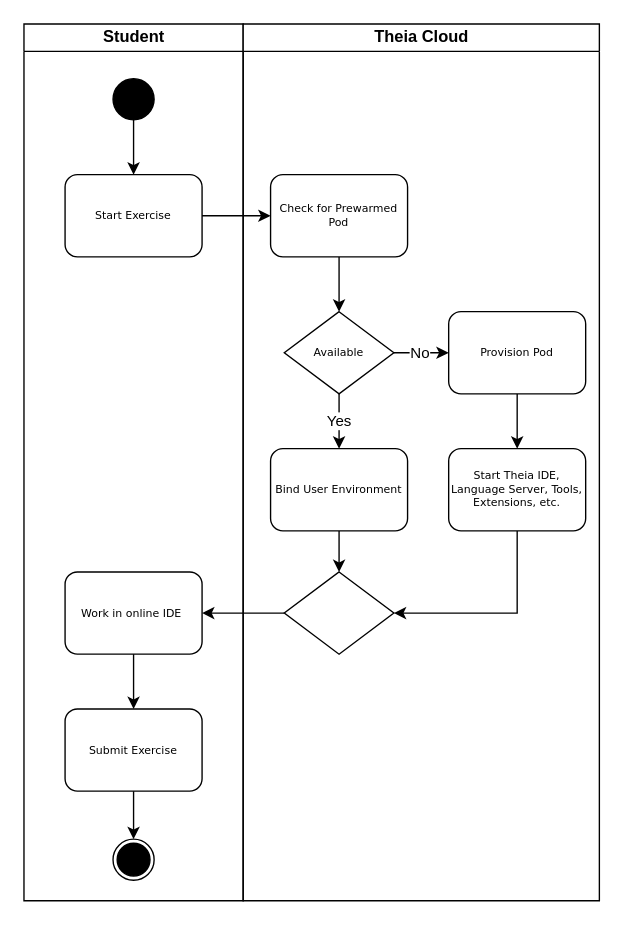
Above: figures/activity-diagram.drawio in lukaskratzel/ba (draw.io), before the change. Source tidied: cells renumbered, new cells numbered last; positions are measured from the earlier drawing's top-left corner, leaving out a move shared by most shapes. Both pictures are drawn from the tidied source at 137%, with x=0, y=0 at pixel (23, 23).
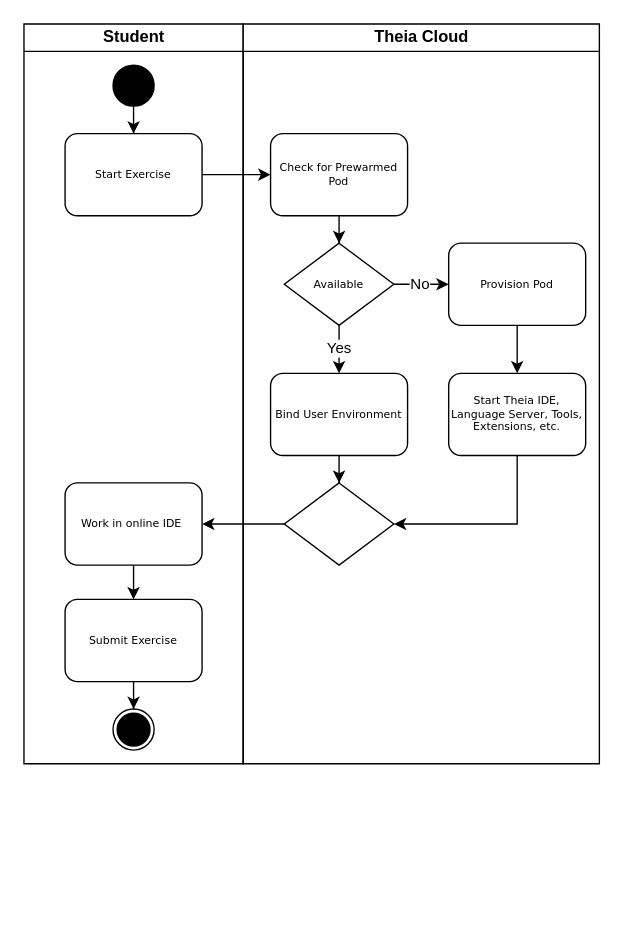
Above is the later version.

What changed in the source:
```diff
@@
     <mxCell id="2" value="Student" style="swimlane;html=1;startSize=20;" parent="1" vertex="1">
-      <mxGeometry width="160" height="640" as="geometry" />
+      <mxGeometry width="160" height="540" as="geometry" />
     </mxCell>
+    <mxCell id="28" style="edgeStyle=orthogonalEdgeStyle;rounded=0;orthogonalLoop=1;jettySize=auto;html=1;entryX=0.5;entryY=0;entryDx=0;entryDy=0;" parent="2" edge="1">
+      <mxGeometry relative="1" as="geometry">
+        <mxPoint x="80.1" y="520" as="sourcePoint" />
+      </mxGeometry>
+    </mxCell>
+    <mxCell id="9" style="edgeStyle=orthogonalEdgeStyle;rounded=0;orthogonalLoop=1;jettySize=auto;html=1;entryX=0.5;entryY=0;entryDx=0;entryDy=0;" parent="2" edge="1">
+      <mxGeometry relative="1" as="geometry">
+        <mxPoint x="80" y="110" as="targetPoint" />
+      </mxGeometry>
+    </mxCell>
+    <mxCell id="12" value="Theia Cloud" style="swimlane;html=1;startSize=20;" parent="1" vertex="1">
+      <mxGeometry x="160" width="260" height="540" as="geometry" />
+    </mxCell>
-    <mxCell id="3" value="Start Exercise" style="rounded=1;whiteSpace=wrap;html=1;shadow=0;labelBackgroundColor=none;strokeWidth=1;fontFamily=Verdana;fontSize=8;align=center;" parent="2" vertex="1">
-      <mxGeometry x="30" y="110" width="100" height="60" as="geometry" />
+    <mxCell id="3" value="Start Exercise" style="rounded=1;whiteSpace=wrap;html=1;shadow=0;labelBackgroundColor=none;strokeWidth=1;fontFamily=Verdana;fontSize=8;align=center;" parent="12" vertex="1">
+      <mxGeometry x="-130" y="80" width="100" height="60" as="geometry" />
     </mxCell>
-    <mxCell id="4" value="Work in online IDE&amp;nbsp;" style="rounded=1;whiteSpace=wrap;html=1;shadow=0;labelBackgroundColor=none;strokeWidth=1;fontFamily=Verdana;fontSize=8;align=center;" parent="2" vertex="1">
-      <mxGeometry x="30" y="400" width="100" height="60" as="geometry" />
+    <mxCell id="4" value="Work in online IDE&amp;nbsp;" style="rounded=1;whiteSpace=wrap;html=1;shadow=0;labelBackgroundColor=none;strokeWidth=1;fontFamily=Verdana;fontSize=8;align=center;" parent="12" vertex="1">
+      <mxGeometry x="-130" y="335" width="100" height="60" as="geometry" />
     </mxCell>
+    <mxCell id="29" style="edgeStyle=orthogonalEdgeStyle;rounded=0;jettySize=auto;html=1;entryX=0.5;entryY=0;entryDx=0;entryDy=0;" parent="12" edge="1" source="5" target="30">
+      <mxGeometry relative="1" as="geometry" />
+    </mxCell>
-    <mxCell id="5" value="Submit Exercise" style="rounded=1;whiteSpace=wrap;html=1;shadow=0;labelBackgroundColor=none;strokeWidth=1;fontFamily=Verdana;fontSize=8;align=center;" parent="2" vertex="1">
-      <mxGeometry x="30" y="500" width="100" height="60" as="geometry" />
+    <mxCell id="5" value="Submit Exercise" style="rounded=1;whiteSpace=wrap;html=1;shadow=0;labelBackgroundColor=none;strokeWidth=1;fontFamily=Verdana;fontSize=8;align=center;" parent="12" vertex="1">
+      <mxGeometry x="-130" y="420" width="100" height="60" as="geometry" />
     </mxCell>
-    <mxCell id="6" style="edgeStyle=orthogonalEdgeStyle;rounded=0;jettySize=auto;html=1;entryX=0.5;entryY=0;entryDx=0;entryDy=0;" parent="2" edge="1" source="5" target="7">
-      <mxGeometry relative="1" as="geometry" />
-    </mxCell>
-    <mxCell id="7" style="ellipse;whiteSpace=wrap;html=1;" parent="2" vertex="1">
-      <mxGeometry x="65" y="595" width="30" height="30" as="geometry" />
-    </mxCell>
+    <mxCell id="30" style="ellipse;whiteSpace=wrap;html=1;" parent="12" vertex="1">
+      <mxGeometry x="-95" y="500" width="30" height="30" as="geometry" />
+    </mxCell>
-    <mxCell id="8" style="edgeStyle=orthogonalEdgeStyle;rounded=0;jettySize=auto;html=1;entryX=0.5;entryY=0;entryDx=0;entryDy=0;" parent="2" edge="1" source="4" target="5">
+    <mxCell id="8" style="edgeStyle=orthogonalEdgeStyle;rounded=0;jettySize=auto;html=1;entryX=0.5;entryY=0;entryDx=0;entryDy=0;" parent="12" edge="1" source="4" target="5">
       <mxGeometry relative="1" as="geometry" />
     </mxCell>
-    <mxCell id="9" style="edgeStyle=orthogonalEdgeStyle;rounded=0;jettySize=auto;html=1;entryX=0.5;entryY=0;entryDx=0;entryDy=0;" parent="2" edge="1" source="10" target="3">
-      <mxGeometry relative="1" as="geometry" />
-    </mxCell>
-    <mxCell id="10" style="ellipse;whiteSpace=wrap;html=1;fillStyle=solid;fillColor=#000000;" parent="2" vertex="1">
-      <mxGeometry x="65" y="40" width="30" height="30" as="geometry" />
-    </mxCell>
-    <mxCell id="11" style="ellipse;whiteSpace=wrap;html=1;fillStyle=solid;fillColor=#000000;" parent="2" vertex="1">
-      <mxGeometry x="68" y="598" width="24" height="24" as="geometry" />
-    </mxCell>
-    <mxCell id="12" value="Theia Cloud" style="swimlane;html=1;startSize=20;" parent="1" vertex="1">
-      <mxGeometry x="160" width="260" height="640" as="geometry" />
-    </mxCell>
+    <mxCell id="31" style="edgeStyle=orthogonalEdgeStyle;rounded=0;jettySize=auto;html=1;entryX=0.5;entryY=0;entryDx=0;entryDy=0;" parent="12" edge="1" source="32" target="3">
+      <mxGeometry relative="1" as="geometry" />
+    </mxCell>
+    <mxCell id="32" style="ellipse;whiteSpace=wrap;html=1;fillStyle=solid;fillColor=#000000;" parent="12" vertex="1">
+      <mxGeometry x="-95" y="30" width="30" height="30" as="geometry" />
+    </mxCell>
+    <mxCell id="33" style="ellipse;whiteSpace=wrap;html=1;fillStyle=solid;fillColor=#000000;" parent="12" vertex="1">
+      <mxGeometry x="-92" y="503" width="24" height="24" as="geometry" />
+    </mxCell>
@@
     <mxCell id="14" value="Check for Prewarmed Pod" style="rounded=1;whiteSpace=wrap;html=1;shadow=0;labelBackgroundColor=none;strokeWidth=1;fontFamily=Verdana;fontSize=8;align=center;" parent="12" vertex="1">
-      <mxGeometry x="20" y="110" width="100" height="60" as="geometry" />
+      <mxGeometry x="20" y="80" width="100" height="60" as="geometry" />
     </mxCell>
@@
     <mxCell id="18" value="Available" style="rhombus;whiteSpace=wrap;html=1;rounded=0;shadow=0;labelBackgroundColor=none;strokeWidth=1;fontFamily=Verdana;fontSize=8;align=center;" parent="12" vertex="1">
-      <mxGeometry x="30" y="210" width="80" height="60" as="geometry" />
+      <mxGeometry x="30" y="160" width="80" height="60" as="geometry" />
     </mxCell>
-    <mxCell id="19" style="edgeStyle=orthogonalEdgeStyle;rounded=0;jettySize=auto;html=1;entryX=0.5;entryY=0;entryDx=0;entryDy=0;" parent="12" edge="1" source="20" target="25">
-      <mxGeometry relative="1" as="geometry" />
-    </mxCell>
+    <mxCell id="34" style="edgeStyle=orthogonalEdgeStyle;rounded=0;jettySize=auto;html=1;entryX=0.5;entryY=0;entryDx=0;entryDy=0;" parent="12" edge="1" source="20" target="36">
+      <mxGeometry relative="1" as="geometry" />
+    </mxCell>
     <mxCell id="20" value="Bind User Environment" style="rounded=1;whiteSpace=wrap;html=1;shadow=0;labelBackgroundColor=none;strokeWidth=1;fontFamily=Verdana;fontSize=8;align=center;" parent="12" vertex="1">
-      <mxGeometry x="20" y="310" width="100" height="60" as="geometry" />
+      <mxGeometry x="20" y="255" width="100" height="60" as="geometry" />
     </mxCell>
@@
     <mxCell id="22" value="Provision Pod" style="rounded=1;whiteSpace=wrap;html=1;shadow=0;labelBackgroundColor=none;strokeWidth=1;fontFamily=Verdana;fontSize=8;align=center;" parent="12" vertex="1">
-      <mxGeometry x="150" y="210" width="100" height="60" as="geometry" />
+      <mxGeometry x="150" y="160" width="100" height="60" as="geometry" />
     </mxCell>
-    <mxCell id="23" style="edgeStyle=orthogonalEdgeStyle;rounded=0;jettySize=auto;html=1;entryX=1;entryY=0.5;entryDx=0;entryDy=0;" parent="12" edge="1" source="24" target="25">
-      <mxGeometry relative="1" as="geometry">
-        <Array as="points">
-          <mxPoint x="200" y="430" />
-        </Array>
-      </mxGeometry>
-    </mxCell>
+    <mxCell id="35" style="edgeStyle=orthogonalEdgeStyle;rounded=0;jettySize=auto;html=1;entryX=1;entryY=0.5;entryDx=0;entryDy=0;" parent="12" edge="1" source="24" target="36">
+      <mxGeometry relative="1" as="geometry">
+        <Array as="points">
+          <mxPoint x="200" y="365" />
+        </Array>
+      </mxGeometry>
+    </mxCell>
     <mxCell id="24" value="Start Theia IDE, Language Server, Tools, Extensions, etc." style="rounded=1;whiteSpace=wrap;html=1;shadow=0;labelBackgroundColor=none;strokeWidth=1;fontFamily=Verdana;fontSize=8;align=center;" parent="12" vertex="1">
-      <mxGeometry x="150" y="310" width="100" height="60" as="geometry" />
+      <mxGeometry x="150" y="255" width="100" height="60" as="geometry" />
     </mxCell>
-    <mxCell id="25" style="rhombus;whiteSpace=wrap;html=1;rounded=0;shadow=0;labelBackgroundColor=none;strokeWidth=1;fontFamily=Verdana;fontSize=8;align=center;" parent="12" vertex="1">
-      <mxGeometry x="30" y="400" width="80" height="60" as="geometry" />
-    </mxCell>
+    <mxCell id="36" style="rhombus;whiteSpace=wrap;html=1;rounded=0;shadow=0;labelBackgroundColor=none;strokeWidth=1;fontFamily=Verdana;fontSize=8;align=center;" parent="12" vertex="1">
+      <mxGeometry x="30" y="335" width="80" height="60" as="geometry" />
+    </mxCell>
-    <mxCell id="26" style="edgeStyle=orthogonalEdgeStyle;rounded=0;jettySize=auto;html=1;entryX=0;entryY=0.5;entryDx=0;entryDy=0;" parent="1" edge="1" source="3" target="14">
+    <mxCell id="26" style="edgeStyle=orthogonalEdgeStyle;rounded=0;jettySize=auto;html=1;entryX=0;entryY=0.5;entryDx=0;entryDy=0;" parent="12" edge="1" source="3" target="14">
       <mxGeometry relative="1" as="geometry" />
     </mxCell>
-    <mxCell id="27" style="edgeStyle=orthogonalEdgeStyle;rounded=0;jettySize=auto;html=1;entryX=1;entryY=0.5;entryDx=0;entryDy=0;" parent="1" edge="1" source="25" target="4">
-      <mxGeometry relative="1" as="geometry" />
-    </mxCell>
+    <mxCell id="37" style="edgeStyle=orthogonalEdgeStyle;rounded=0;jettySize=auto;html=1;entryX=1;entryY=0.5;entryDx=0;entryDy=0;" parent="12" edge="1" source="36" target="4">
+      <mxGeometry relative="1" as="geometry" />
+    </mxCell>
```
